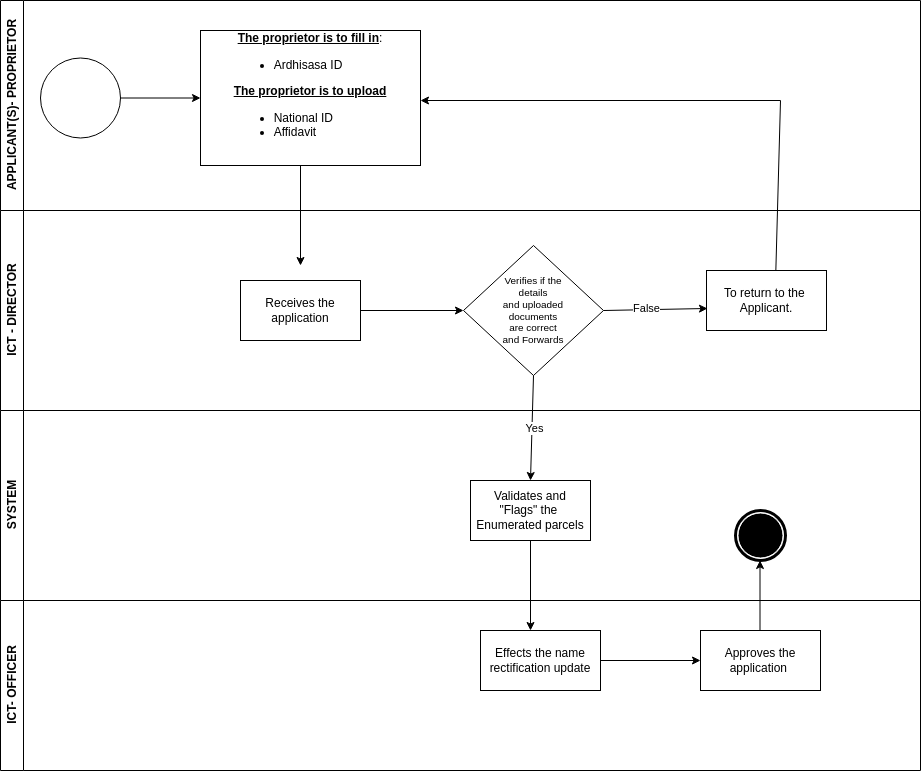
Before: ACCOUNT NAME RECTIFICATION.drawio.png, a diagram exported from draw.io (NjeriNjeru/BPMN). Source tidied: cells renumbered, new cells last; positions are measured from the earlier drawing's top-left corner, leaving out a move shared by most shapes.
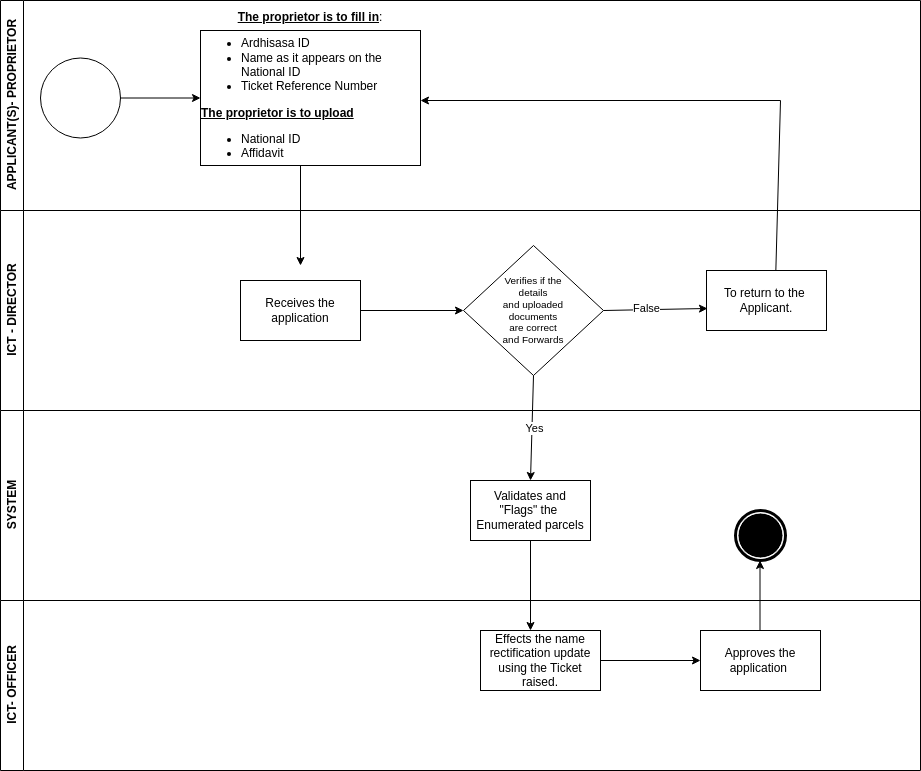
The same diagram one commit later.

The edit, as a diff of the source:
```diff
@@ -11,7 +11,7 @@
     <mxCell id="3" value="APPLICANT(S)- PROPRIETOR" style="swimlane;horizontal=0;whiteSpace=wrap;html=1;" parent="1" vertex="1">
       <mxGeometry width="920" height="210" as="geometry" />
     </mxCell>
-    <mxCell id="4" value="&lt;b&gt;&lt;u&gt;The proprietor is to fill in&lt;/u&gt;&lt;/b&gt;:&lt;div&gt;&lt;ul&gt;&lt;li style=&quot;text-align: left;&quot;&gt;Ardhisasa ID&lt;/li&gt;&lt;/ul&gt;&lt;div style=&quot;text-align: left;&quot;&gt;&lt;b&gt;&lt;u&gt;The proprietor is to upload&lt;/u&gt;&lt;/b&gt;&lt;/div&gt;&lt;div style=&quot;text-align: left;&quot;&gt;&lt;ul&gt;&lt;li&gt;National ID&lt;/li&gt;&lt;li&gt;Affidavit&lt;/li&gt;&lt;/ul&gt;&lt;/div&gt;&lt;div&gt;&lt;br&gt;&lt;/div&gt;&lt;/div&gt;" style="whiteSpace=wrap;html=1;" parent="3" vertex="1">
+    <mxCell id="4" value="&lt;b&gt;&lt;u&gt;The proprietor is to fill in&lt;/u&gt;&lt;/b&gt;:&lt;div&gt;&lt;ul&gt;&lt;li style=&quot;text-align: left;&quot;&gt;Ardhisasa ID&lt;/li&gt;&lt;li style=&quot;text-align: left;&quot;&gt;Name as it appears on the National ID&lt;/li&gt;&lt;li style=&quot;text-align: left;&quot;&gt;Ticket Reference Number&lt;/li&gt;&lt;/ul&gt;&lt;div style=&quot;text-align: left;&quot;&gt;&lt;b&gt;&lt;u&gt;The proprietor is to upload&lt;/u&gt;&lt;/b&gt;&lt;/div&gt;&lt;div style=&quot;text-align: left;&quot;&gt;&lt;ul&gt;&lt;li&gt;National ID&lt;/li&gt;&lt;li&gt;Affidavit&lt;/li&gt;&lt;/ul&gt;&lt;/div&gt;&lt;div&gt;&lt;br&gt;&lt;/div&gt;&lt;/div&gt;" style="whiteSpace=wrap;html=1;" parent="3" vertex="1">
       <mxGeometry x="200" y="30" width="220" height="135" as="geometry" />
     </mxCell>
     <mxCell id="5" style="ellipse;whiteSpace=wrap;html=1;" parent="3" vertex="1">
@@ -71,7 +71,7 @@
     <mxCell id="20" style="edgeStyle=orthogonalEdgeStyle;rounded=0;jettySize=auto;html=1;" parent="19" edge="1" source="21" target="22">
       <mxGeometry relative="1" as="geometry" />
     </mxCell>
-    <mxCell id="21" value="Effects the name rectification update" style="whiteSpace=wrap;html=1;" parent="19" vertex="1">
+    <mxCell id="21" value="Effects the name rectification update using the Ticket raised." style="whiteSpace=wrap;html=1;" parent="19" vertex="1">
       <mxGeometry x="480" y="30" width="120" height="60" as="geometry" />
     </mxCell>
     <mxCell id="22" value="Approves the application&amp;nbsp;" style="whiteSpace=wrap;html=1;" parent="19" vertex="1">
```
